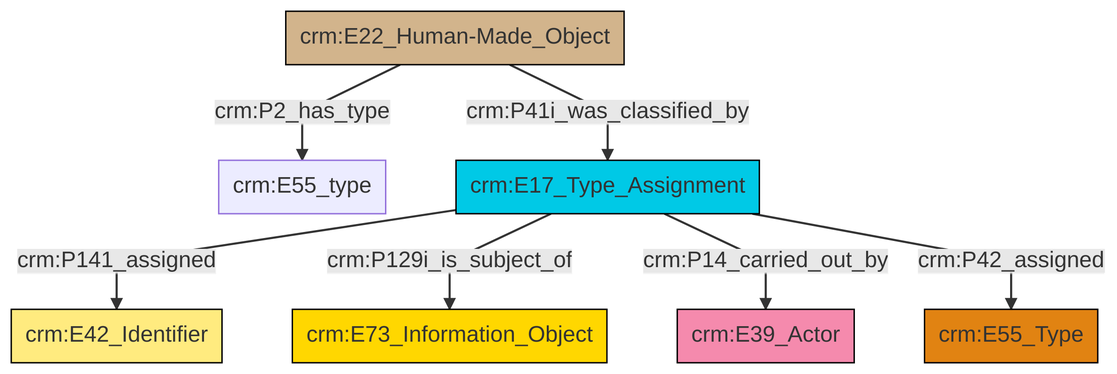
Before: et/builtWorkCSV/ttl/mmd/png/Built_Work_designation_status.png, a diagram exported from Mermaid (swiss-art-research-net/reference-data-models). Its source is kept beside it as et/builtWorkCSV/ttl/mmd/Built_Work_designation_status.ttl.mmd.
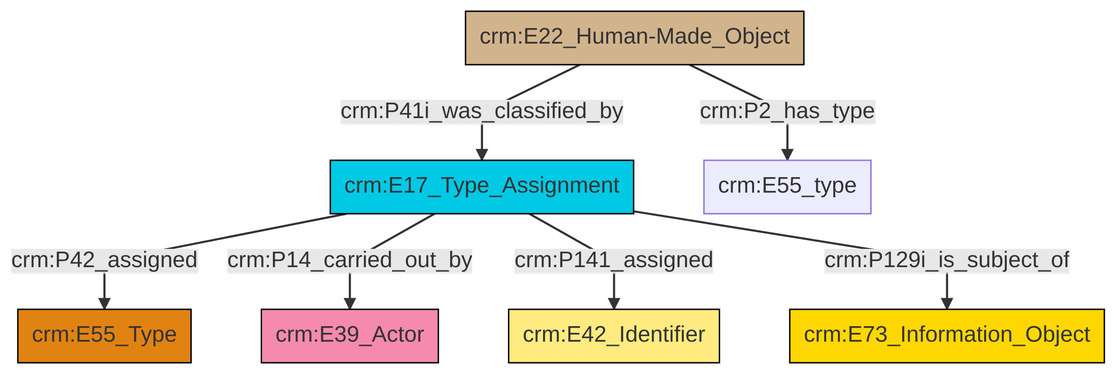
Above is the later version.

What changed in the source:
```diff
@@ -13,9 +13,9 @@
 classDef PC_Classes fill:#4ce600, stroke:#000000;
 classDef Multi fill:#cccccc,stroke:#000000;
 
-0["crm:E22_Human-Made_Object"]:::Physical_Thing -->|crm:P2_has_type| 1["crm:E55_type"]:::Default
-0["crm:E22_Human-Made_Object"]:::Physical_Thing -->|crm:P41i_was_classified_by| 2["crm:E17_Type_Assignment"]:::Temporal_Entity
-2["crm:E17_Type_Assignment"]:::Temporal_Entity -->|crm:P141_assigned| 4["crm:E42_Identifier"]:::Appellation
-2["crm:E17_Type_Assignment"]:::Temporal_Entity -->|crm:P129i_is_subject_of| 6["crm:E73_Information_Object"]:::Conceptual_Object
+6["crm:E22_Human-Made_Object"]:::Physical_Thing -->|crm:P41i_was_classified_by| 2["crm:E17_Type_Assignment"]:::Temporal_Entity
+2["crm:E17_Type_Assignment"]:::Temporal_Entity -->|crm:P42_assigned| 4["crm:E55_Type"]:::Type
 2["crm:E17_Type_Assignment"]:::Temporal_Entity -->|crm:P14_carried_out_by| 9["crm:E39_Actor"]:::Actor
-2["crm:E17_Type_Assignment"]:::Temporal_Entity -->|crm:P42_assigned| 7["crm:E55_Type"]:::Type
+2["crm:E17_Type_Assignment"]:::Temporal_Entity -->|crm:P141_assigned| 0["crm:E42_Identifier"]:::Appellation
+2["crm:E17_Type_Assignment"]:::Temporal_Entity -->|crm:P129i_is_subject_of| 13["crm:E73_Information_Object"]:::Conceptual_Object
+6["crm:E22_Human-Made_Object"]:::Physical_Thing -->|crm:P2_has_type| 11["crm:E55_type"]:::Default
```
